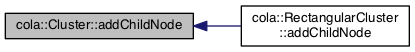
Above: documentation/classcola_1_1Cluster_a830df170a6348485572b46f37e04fd0a_icgraph.png in mjwybrow/adaptagrams (Graphviz), before the change. Its source is kept beside it as documentation/classcola_1_1Cluster_a830df170a6348485572b46f37e04fd0a_icgraph.dot.
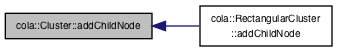
The same diagram one commit later.

What changed in the source:
```diff
@@ -3,7 +3,7 @@
   edge [fontname="Helvetica",fontsize="10",labelfontname="Helvetica",labelfontsize="10"];
   node [fontname="Helvetica",fontsize="10",shape=record];
   rankdir="LR";
-  Node1 [label="cola::Cluster::addChildNode",height=0.2,width=0.4,color="black", fillcolor="grey75", style="filled", fontcolor="black"];
-  Node1 -> Node2 [dir="back",color="midnightblue",fontsize="10",style="solid",fontname="Helvetica"];
-  Node2 [label="cola::RectangularCluster\l::addChildNode",height=0.2,width=0.4,color="black", fillcolor="white", style="filled",URL="$classcola_1_1RectangularCluster.html#a911163cd00e56a7d9d45620943db97a6",tooltip="Mark a rectangle as being a child of this cluster. "];
+  Node3 [label="cola::Cluster::addChildNode",height=0.2,width=0.4,color="black", fillcolor="grey75", style="filled", fontcolor="black"];
+  Node3 -> Node4 [dir="back",color="midnightblue",fontsize="10",style="solid",fontname="Helvetica"];
+  Node4 [label="cola::RectangularCluster\l::addChildNode",height=0.2,width=0.4,color="black", fillcolor="white", style="filled",URL="$classcola_1_1RectangularCluster.html#a911163cd00e56a7d9d45620943db97a6",tooltip="Mark a rectangle as being a child of this cluster. "];
 }
```
